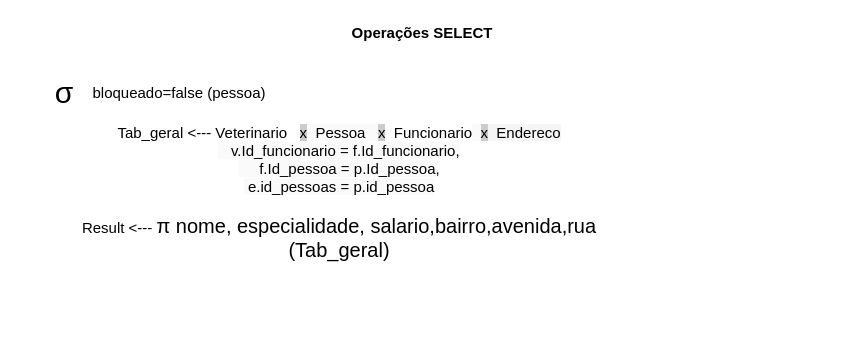
JeanJacquesNS/clinica-veterinaria keeps this draw.io diagram as page "Operações (Algebra Relacional)" (4 of 8) of modelagem_banco-de-dados/ClinicaVeterianaria.drawio. Above is the earlier version. Source tidied: cells renumbered, new cells numbered last; positions are measured from the earlier drawing's top-left corner, leaving out a move shared by most shapes. Both pictures are drawn from the tidied source at 100%, with x=0, y=0 at pixel (17, 17).
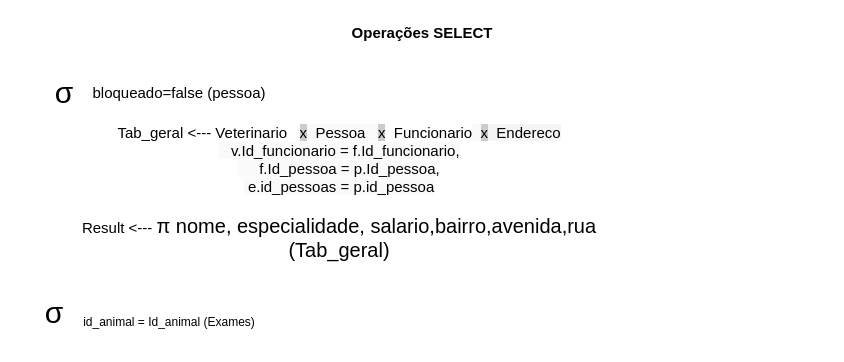
The same diagram, later.

What changed in the source:
```diff
@@
 <mxGraphModel>
   <root>
     <mxCell id="0" />
     <mxCell id="1" parent="0" />
     <mxCell id="2" value="Operações SELECT" style="text;html=1;strokeColor=none;fillColor=none;align=center;verticalAlign=middle;whiteSpace=wrap;rounded=0;fontStyle=1;fontSize=15;" parent="1" vertex="1">
       <mxGeometry width="810" height="30" as="geometry" />
     </mxCell>
     <mxCell id="3" value="&lt;p&gt;&lt;font size=&quot;1&quot;&gt;&lt;span&gt;&lt;font style=&quot;font-size: 30px;&quot; face=&quot;Calibri&quot;&gt;σ &lt;br&gt;&lt;/font&gt;&lt;/span&gt;&lt;/font&gt;&lt;/p&gt;" style="text;html=1;strokeColor=none;fillColor=none;align=center;verticalAlign=middle;whiteSpace=wrap;rounded=0;fontSize=15;" parent="1" vertex="1">
       <mxGeometry x="27" y="60" width="40" height="30" as="geometry" />
     </mxCell>
     <mxCell id="4" value="bloqueado=false (pessoa)" style="text;html=1;strokeColor=none;fillColor=none;align=center;verticalAlign=middle;whiteSpace=wrap;rounded=0;fontSize=15;" parent="1" vertex="1">
       <mxGeometry x="67" y="60" width="190" height="30" as="geometry" />
     </mxCell>
     <mxCell id="5" value="&lt;div&gt;Tab_geral &amp;lt;--- Veterinario&amp;nbsp;&amp;nbsp; &lt;span style=&quot;background-color: rgb(204, 204, 204);&quot;&gt;x&lt;span style=&quot;background-color: rgb(250, 250, 250);&quot;&gt;&amp;nbsp; Pessoa&amp;nbsp;&amp;nbsp; &lt;span style=&quot;background-color: rgb(204, 204, 204);&quot;&gt;x&lt;span style=&quot;background-color: rgb(255, 255, 255);&quot;&gt;&amp;nbsp; Funcionario&lt;/span&gt;&lt;/span&gt;&amp;nbsp; &lt;span style=&quot;background-color: rgb(204, 204, 204);&quot;&gt;x&lt;span style=&quot;background-color: rgb(245, 245, 245);&quot;&gt;&amp;nbsp; Endereco &lt;/span&gt;&lt;/span&gt;&lt;br&gt;&lt;/span&gt;&lt;/span&gt;&lt;/div&gt;&lt;div&gt;&lt;span style=&quot;background-color: rgb(204, 204, 204);&quot;&gt;&lt;span style=&quot;background-color: rgb(250, 250, 250);&quot;&gt;&lt;span style=&quot;white-space: pre;&quot;&gt; &lt;/span&gt;&lt;span style=&quot;white-space: pre;&quot;&gt; &lt;/span&gt; v.Id_funcionario = f.Id_funcionario,&lt;/span&gt;&lt;/span&gt;&lt;/div&gt;&lt;div&gt;&lt;span style=&quot;background-color: rgb(204, 204, 204);&quot;&gt;&lt;span style=&quot;background-color: rgb(250, 250, 250);&quot;&gt;&amp;nbsp;&amp;nbsp;&amp;nbsp;&amp;nbsp; f.Id_pessoa = p.Id_pessoa,&lt;br&gt;&lt;/span&gt;&lt;/span&gt;&lt;/div&gt;&lt;div&gt;&lt;span style=&quot;background-color: rgb(204, 204, 204);&quot;&gt;&lt;span style=&quot;background-color: rgb(250, 250, 250);&quot;&gt;&lt;span style=&quot;white-space: pre;&quot;&gt; &lt;/span&gt;e.id_pessoas = p.id_pessoa&lt;br&gt;&lt;/span&gt;&lt;/span&gt;&lt;/div&gt;&lt;div&gt;&lt;span style=&quot;background-color: rgb(204, 204, 204);&quot;&gt;&lt;span style=&quot;background-color: rgb(250, 250, 250);&quot;&gt;&lt;br&gt;&lt;/span&gt;&lt;/span&gt;&lt;/div&gt;&lt;div&gt;&lt;span&gt;&lt;span&gt;Result &amp;lt;--- &lt;/span&gt;&lt;/span&gt;&lt;font size=&quot;1&quot;&gt;&lt;span&gt;&lt;font style=&quot;font-size: 20px;&quot; face=&quot;Calibri&quot;&gt;π nome, especialidade, salario,bairro,avenida,rua (Tab_geral)&lt;/font&gt;&lt;/span&gt;&lt;/font&gt;&lt;span&gt;&lt;span&gt;&lt;/span&gt;&lt;/span&gt;&lt;/div&gt;" style="text;html=1;strokeColor=none;fillColor=none;align=center;verticalAlign=middle;whiteSpace=wrap;rounded=0;fontSize=15;" parent="1" vertex="1">
       <mxGeometry x="27" y="120" width="590" height="110" as="geometry" />
     </mxCell>
+    <mxCell id="6" value="&lt;p&gt;&lt;font size=&quot;1&quot;&gt;&lt;span&gt;&lt;font style=&quot;font-size: 30px;&quot; face=&quot;Calibri&quot;&gt;σ &lt;br&gt;&lt;/font&gt;&lt;/span&gt;&lt;/font&gt;&lt;/p&gt;" style="text;html=1;strokeColor=none;fillColor=none;align=center;verticalAlign=middle;whiteSpace=wrap;rounded=0;fontSize=15;" parent="1" vertex="1">
+      <mxGeometry x="17" y="280" width="40" height="30" as="geometry" />
+    </mxCell>
+    <mxCell id="7" value="id_animal = Id_animal (Exames)" style="text;html=1;strokeColor=none;fillColor=none;align=center;verticalAlign=middle;whiteSpace=wrap;rounded=0;" parent="1" vertex="1">
+      <mxGeometry x="57" y="290" width="190" height="30" as="geometry" />
+    </mxCell>
   </root>
 </mxGraphModel>
```
